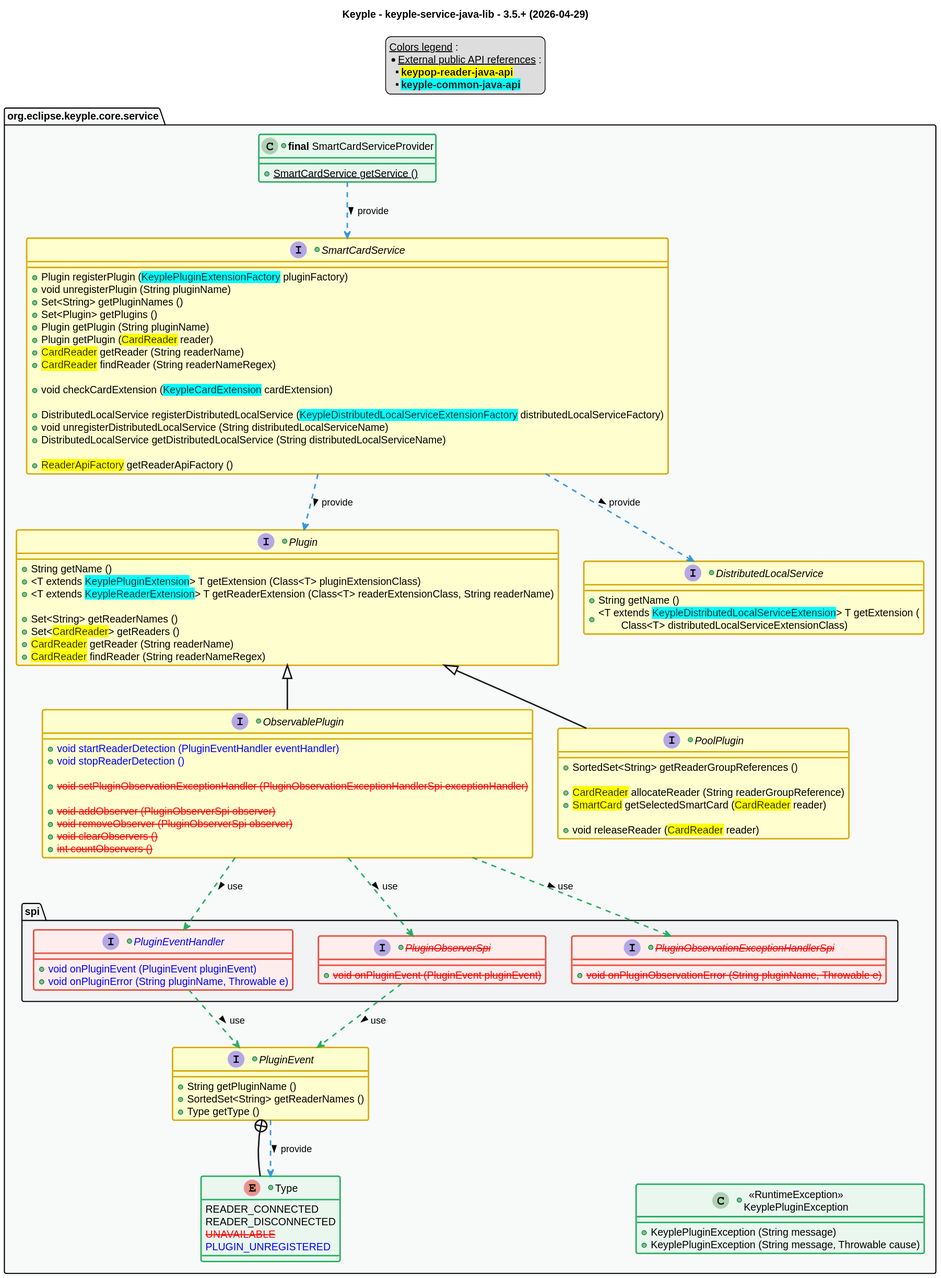
This is src/main/uml/api_class_diagram.svg from eclipse-keyple/keyple-service-java-lib, a PlantUML export, as it was before one commit.
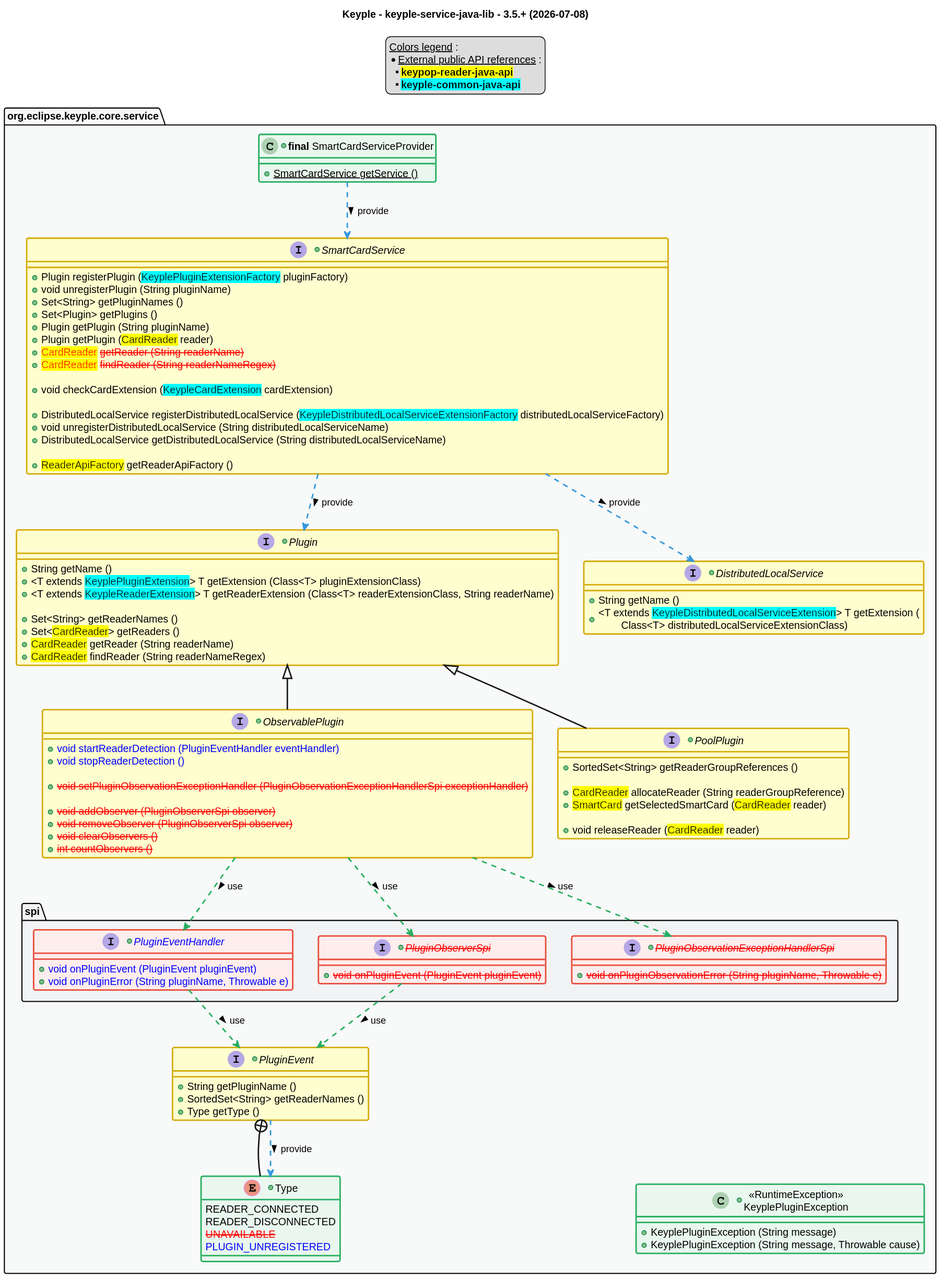
Above is the later version.

Commit message:
feat: update UML with CardReaderProvider

What changed in the source:
```diff
@@ -1,6 +1,6 @@
 @startuml
 title
-    Keyple - keyple-service-java-lib - 3.5.+ (2026-04-29)
+    Keyple - keyple-service-java-lib - 3.5.+ (2026-07-08)
 end title
 
 
@@ -58,8 +58,8 @@
         +Set<Plugin> getPlugins ()
         +Plugin getPlugin (String pluginName)
         +Plugin getPlugin (<back:yellow>CardReader</back> reader)
-        +<back:yellow>CardReader</back> getReader (String readerName)
-        +<back:yellow>CardReader</back> findReader (String readerNameRegex)
+        +<color:red><s><back:yellow>CardReader</back> getReader (String readerName)
+        +<color:red><s><back:yellow>CardReader</back> findReader (String readerNameRegex)
 
         +void checkCardExtension (<back:cyan>KeypleCardExtension</back> cardExtension)
 
```
